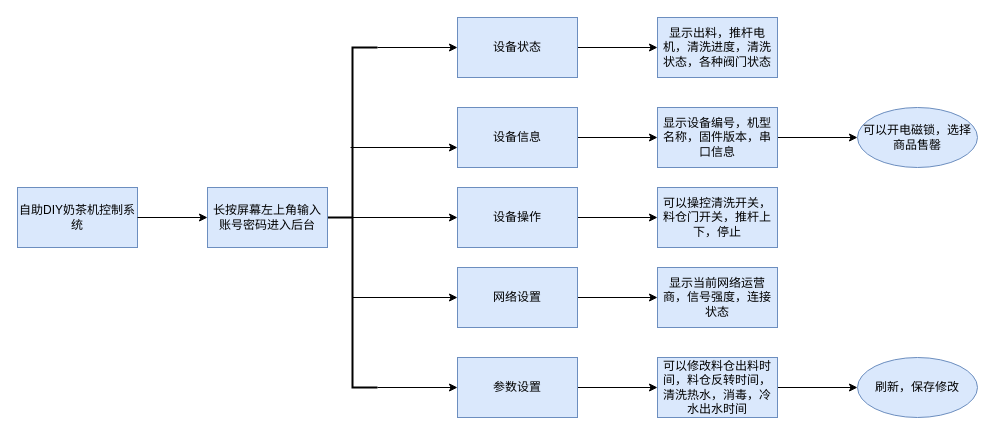
The draw.io diagram 奶茶机.drawio in jessonyu/AndroidNotes, before the edit. Source tidied: cells renumbered, new cells numbered last; positions are measured from the earlier drawing's top-left corner, leaving out a move shared by most shapes. Both pictures are drawn from the tidied source at 100%, with x=0, y=0 at pixel (17, 17).
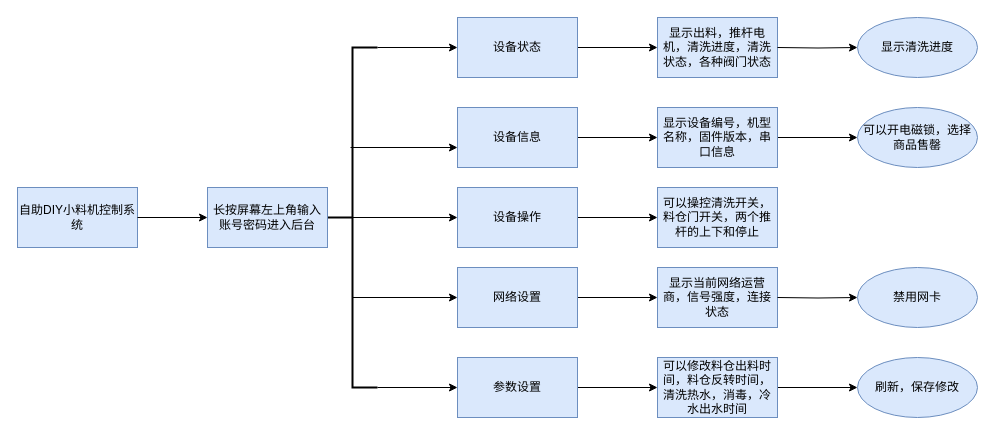
Above is the later version.

The edit, as a diff of the source:
```diff
@@
-    <mxCell id="2" value="自助DIY奶茶机控制系统" style="rounded=0;whiteSpace=wrap;html=1;fillColor=#dae8fc;strokeColor=#6c8ebf;" parent="1" vertex="1">
+    <mxCell id="2" value="自助DIY小料机控制系统" style="rounded=0;whiteSpace=wrap;html=1;fillColor=#dae8fc;strokeColor=#6c8ebf;" parent="1" vertex="1">
       <mxGeometry y="170" width="120" height="60" as="geometry" />
     </mxCell>
@@
-    <mxCell id="23" value="可以操控清洗开关，料仓门开关，推杆上下，停止" style="whiteSpace=wrap;html=1;fillColor=#dae8fc;strokeColor=#6c8ebf;rounded=0;" parent="1" vertex="1">
+    <mxCell id="23" value="可以操控清洗开关，料仓门开关，两个推杆的上下和停止" style="whiteSpace=wrap;html=1;fillColor=#dae8fc;strokeColor=#6c8ebf;rounded=0;" parent="1" vertex="1">
       <mxGeometry x="640" y="170" width="120" height="60" as="geometry" />
     </mxCell>
@@
+    <mxCell id="30" style="edgeStyle=orthogonalEdgeStyle;rounded=0;jettySize=auto;html=1;" parent="1" edge="1" target="31">
+      <mxGeometry relative="1" as="geometry">
+        <mxPoint x="760" y="30" as="sourcePoint" />
+      </mxGeometry>
+    </mxCell>
+    <mxCell id="31" value="显示清洗进度" style="ellipse;whiteSpace=wrap;html=1;fillColor=#dae8fc;strokeColor=#6c8ebf;rounded=0;" parent="1" vertex="1">
+      <mxGeometry x="840" width="120" height="60" as="geometry" />
+    </mxCell>
+    <mxCell id="32" style="edgeStyle=orthogonalEdgeStyle;rounded=0;jettySize=auto;html=1;" parent="1" edge="1" target="33">
+      <mxGeometry relative="1" as="geometry">
+        <mxPoint x="760" y="280" as="sourcePoint" />
+      </mxGeometry>
+    </mxCell>
+    <mxCell id="33" value="禁用网卡" style="ellipse;whiteSpace=wrap;html=1;fillColor=#dae8fc;strokeColor=#6c8ebf;rounded=0;" parent="1" vertex="1">
+      <mxGeometry x="840" y="250" width="120" height="60" as="geometry" />
+    </mxCell>
```
